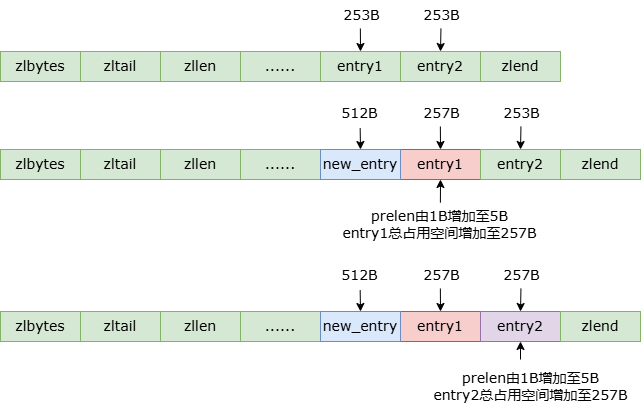
guxdong/imgrepo keeps this draw.io diagram as redis/ziplist连锁更新示例.drawio.png. Above is the earlier version. Source tidied: cells renumbered, new cells last; positions are measured from the earlier drawing's top-left corner, leaving out a move shared by most shapes.
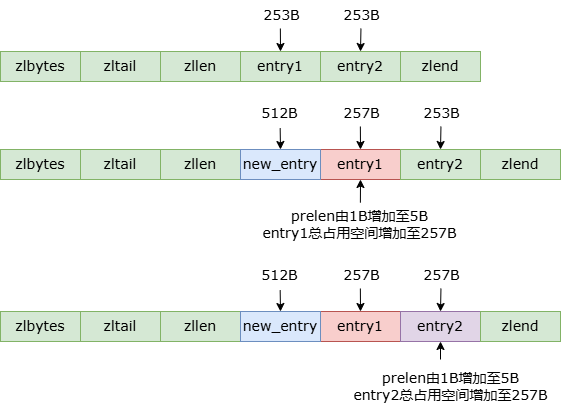
After the commit.

Commit message:
更新ziplist连锁更新示例.drawio.png

What changed in the source:
```diff
@@ -3,13 +3,13 @@
     <mxCell id="0" />
     <mxCell id="1" parent="0" />
     <mxCell id="2" value="&lt;font style=&quot;font-size: 14px;&quot; face=&quot;Verdana&quot;&gt;zlbytes&lt;/font&gt;" style="rounded=0;whiteSpace=wrap;html=1;fillColor=#d5e8d4;strokeColor=#82b366;" parent="1" vertex="1">
-      <mxGeometry y="51" width="80" height="30" as="geometry" />
+      <mxGeometry x="80" y="51" width="80" height="30" as="geometry" />
     </mxCell>
     <mxCell id="3" value="&lt;font style=&quot;font-size: 14px;&quot; face=&quot;Verdana&quot;&gt;zltail&lt;/font&gt;" style="rounded=0;whiteSpace=wrap;html=1;fillColor=#d5e8d4;strokeColor=#82b366;" parent="1" vertex="1">
-      <mxGeometry x="80" y="51" width="80" height="30" as="geometry" />
+      <mxGeometry x="160" y="51" width="80" height="30" as="geometry" />
     </mxCell>
     <mxCell id="4" value="&lt;font style=&quot;font-size: 14px;&quot; face=&quot;Verdana&quot;&gt;zllen&lt;/font&gt;" style="rounded=0;whiteSpace=wrap;html=1;fillColor=#d5e8d4;strokeColor=#82b366;" parent="1" vertex="1">
-      <mxGeometry x="160" y="51" width="80" height="30" as="geometry" />
+      <mxGeometry x="240" y="51" width="80" height="30" as="geometry" />
     </mxCell>
     <mxCell id="5" value="&lt;font style=&quot;font-size: 14px;&quot; face=&quot;Verdana&quot;&gt;entry1&lt;/font&gt;" style="rounded=0;whiteSpace=wrap;html=1;fillColor=#d5e8d4;strokeColor=#82b366;" parent="1" vertex="1">
       <mxGeometry x="320" y="51" width="80" height="30" as="geometry" />
@@ -29,20 +29,17 @@
     <mxCell id="10" style="endArrow=classic;html=1;rounded=0;exitX=0.491;exitY=0.934;exitDx=0;exitDy=0;exitPerimeter=0;entryX=0.5;entryY=0;entryDx=0;entryDy=0;" parent="1" edge="1" source="9" target="6">
       <mxGeometry relative="1" as="geometry" />
     </mxCell>
-    <mxCell id="11" value="&lt;font face=&quot;Verdana&quot;&gt;&lt;span style=&quot;font-size: 14px;&quot;&gt;......&lt;/span&gt;&lt;/font&gt;" style="rounded=0;whiteSpace=wrap;html=1;fillColor=#d5e8d4;strokeColor=#82b366;" parent="1" vertex="1">
-      <mxGeometry x="240" y="51" width="80" height="30" as="geometry" />
-    </mxCell>
     <mxCell id="12" style="endArrow=classic;html=1;rounded=0;exitX=0.481;exitY=0.934;exitDx=0;exitDy=0;exitPerimeter=0;entryX=0.5;entryY=0;entryDx=0;entryDy=0;" parent="1" edge="1" source="8" target="5">
       <mxGeometry relative="1" as="geometry" />
     </mxCell>
     <mxCell id="13" value="&lt;font style=&quot;font-size: 14px;&quot; face=&quot;Verdana&quot;&gt;zlbytes&lt;/font&gt;" style="rounded=0;whiteSpace=wrap;html=1;fillColor=#d5e8d4;strokeColor=#82b366;" parent="1" vertex="1">
-      <mxGeometry y="149" width="80" height="30" as="geometry" />
+      <mxGeometry x="80" y="149" width="80" height="30" as="geometry" />
     </mxCell>
     <mxCell id="14" value="&lt;font style=&quot;font-size: 14px;&quot; face=&quot;Verdana&quot;&gt;zltail&lt;/font&gt;" style="rounded=0;whiteSpace=wrap;html=1;fillColor=#d5e8d4;strokeColor=#82b366;" parent="1" vertex="1">
-      <mxGeometry x="80" y="149" width="80" height="30" as="geometry" />
+      <mxGeometry x="160" y="149" width="80" height="30" as="geometry" />
     </mxCell>
     <mxCell id="15" value="&lt;font style=&quot;font-size: 14px;&quot; face=&quot;Verdana&quot;&gt;zllen&lt;/font&gt;" style="rounded=0;whiteSpace=wrap;html=1;fillColor=#d5e8d4;strokeColor=#82b366;" parent="1" vertex="1">
-      <mxGeometry x="160" y="149" width="80" height="30" as="geometry" />
+      <mxGeometry x="240" y="149" width="80" height="30" as="geometry" />
     </mxCell>
     <mxCell id="16" value="&lt;font style=&quot;font-size: 14px;&quot; face=&quot;Verdana&quot;&gt;entry1&lt;/font&gt;" style="rounded=0;whiteSpace=wrap;html=1;fillColor=#f8cecc;strokeColor=#b85450;" parent="1" vertex="1">
       <mxGeometry x="400" y="149" width="80" height="30" as="geometry" />
@@ -62,9 +59,6 @@
     <mxCell id="21" style="endArrow=classic;html=1;rounded=0;exitX=0.491;exitY=0.934;exitDx=0;exitDy=0;exitPerimeter=0;entryX=0.5;entryY=0;entryDx=0;entryDy=0;" parent="1" edge="1" source="20" target="17">
       <mxGeometry relative="1" as="geometry" />
     </mxCell>
-    <mxCell id="22" value="&lt;font face=&quot;Verdana&quot;&gt;&lt;span style=&quot;font-size: 14px;&quot;&gt;......&lt;/span&gt;&lt;/font&gt;" style="rounded=0;whiteSpace=wrap;html=1;fillColor=#d5e8d4;strokeColor=#82b366;" parent="1" vertex="1">
-      <mxGeometry x="240" y="149" width="80" height="30" as="geometry" />
-    </mxCell>
     <mxCell id="23" style="endArrow=classic;html=1;rounded=0;exitX=0.481;exitY=0.934;exitDx=0;exitDy=0;exitPerimeter=0;entryX=0.5;entryY=0;entryDx=0;entryDy=0;" parent="1" edge="1" source="19" target="16">
       <mxGeometry relative="1" as="geometry" />
     </mxCell>
@@ -84,13 +78,13 @@
       <mxGeometry relative="1" as="geometry" />
     </mxCell>
     <mxCell id="29" value="&lt;font style=&quot;font-size: 14px;&quot; face=&quot;Verdana&quot;&gt;zlbytes&lt;/font&gt;" style="rounded=0;whiteSpace=wrap;html=1;fillColor=#d5e8d4;strokeColor=#82b366;" parent="1" vertex="1">
-      <mxGeometry y="311" width="80" height="30" as="geometry" />
+      <mxGeometry x="80" y="311" width="80" height="30" as="geometry" />
     </mxCell>
     <mxCell id="30" value="&lt;font style=&quot;font-size: 14px;&quot; face=&quot;Verdana&quot;&gt;zltail&lt;/font&gt;" style="rounded=0;whiteSpace=wrap;html=1;fillColor=#d5e8d4;strokeColor=#82b366;" parent="1" vertex="1">
-      <mxGeometry x="80" y="311" width="80" height="30" as="geometry" />
+      <mxGeometry x="160" y="311" width="80" height="30" as="geometry" />
     </mxCell>
     <mxCell id="31" value="&lt;font style=&quot;font-size: 14px;&quot; face=&quot;Verdana&quot;&gt;zllen&lt;/font&gt;" style="rounded=0;whiteSpace=wrap;html=1;fillColor=#d5e8d4;strokeColor=#82b366;" parent="1" vertex="1">
-      <mxGeometry x="160" y="311" width="80" height="30" as="geometry" />
+      <mxGeometry x="240" y="311" width="80" height="30" as="geometry" />
     </mxCell>
     <mxCell id="32" value="&lt;font style=&quot;font-size: 14px;&quot; face=&quot;Verdana&quot;&gt;entry1&lt;/font&gt;" style="rounded=0;whiteSpace=wrap;html=1;fillColor=#f8cecc;strokeColor=#b85450;" parent="1" vertex="1">
       <mxGeometry x="400" y="311" width="80" height="30" as="geometry" />
@@ -110,9 +104,6 @@
     <mxCell id="37" style="endArrow=classic;html=1;rounded=0;exitX=0.491;exitY=0.934;exitDx=0;exitDy=0;exitPerimeter=0;entryX=0.5;entryY=0;entryDx=0;entryDy=0;" parent="1" edge="1" source="36" target="33">
       <mxGeometry relative="1" as="geometry" />
     </mxCell>
-    <mxCell id="38" value="&lt;font face=&quot;Verdana&quot;&gt;&lt;span style=&quot;font-size: 14px;&quot;&gt;......&lt;/span&gt;&lt;/font&gt;" style="rounded=0;whiteSpace=wrap;html=1;fillColor=#d5e8d4;strokeColor=#82b366;" parent="1" vertex="1">
-      <mxGeometry x="240" y="311" width="80" height="30" as="geometry" />
-    </mxCell>
     <mxCell id="39" style="endArrow=classic;html=1;rounded=0;exitX=0.481;exitY=0.934;exitDx=0;exitDy=0;exitPerimeter=0;entryX=0.5;entryY=0;entryDx=0;entryDy=0;" parent="1" edge="1" source="35" target="32">
       <mxGeometry relative="1" as="geometry" />
     </mxCell>
```
